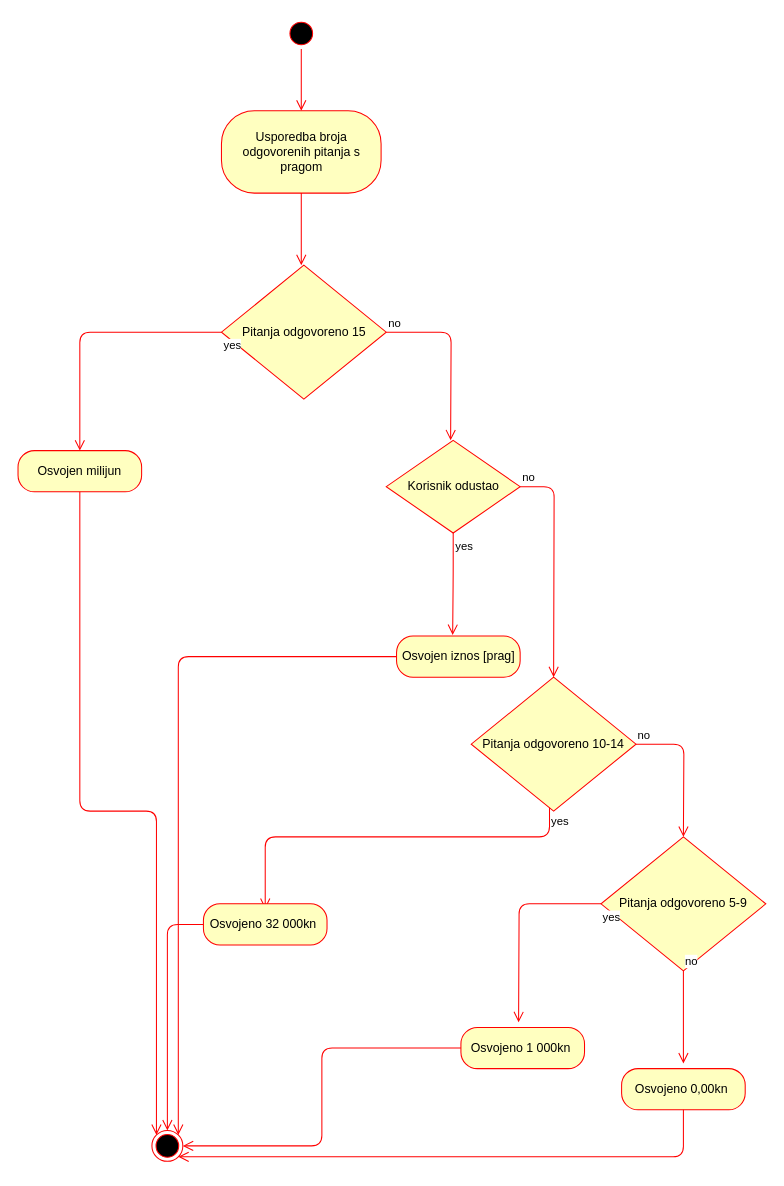
The draw.io diagram page "Activity: Izracun osvojenog iznosa" (7 of 8) of UML_Diagrami.drawio in Kristian383/upi-projekt, before the edit. Source tidied: cells renumbered, new cells numbered last; positions are measured from the earlier drawing's top-left corner, leaving out a move shared by most shapes. Both pictures are drawn from the tidied source at 103%, with x=0, y=0 at pixel (18, 18).
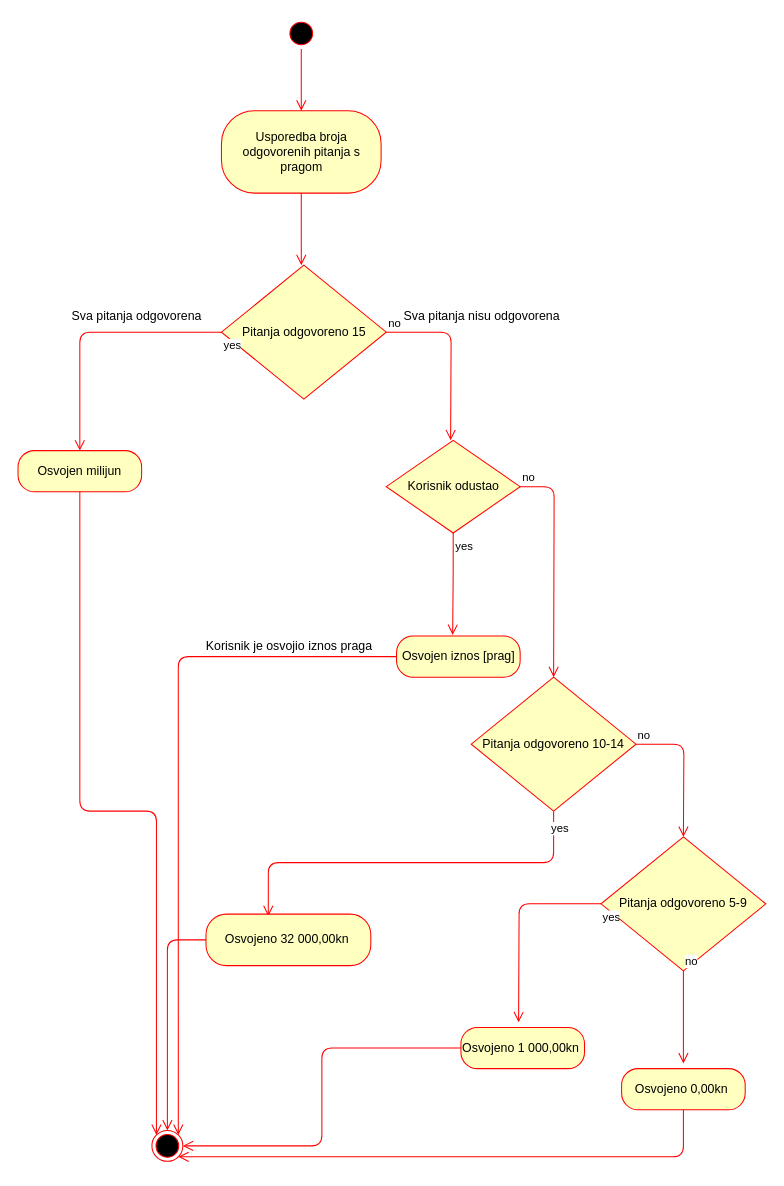
The same page after the edit.

Unchanged cells that the change refers to:
```xml
<mxCell id="15" value="Pitanja odgovoreno 10-14" style="rhombus;whiteSpace=wrap;html=1;fillColor=#ffffc0;strokeColor=#ff0000;" parent="1" vertex="1">
  <mxGeometry x="440" y="640" width="160" height="130" as="geometry" />
</mxCell>
```

Diff of the diagram source:
```diff
@@
-    <mxCell id="17" value="yes" style="edgeStyle=orthogonalEdgeStyle;html=1;align=left;verticalAlign=top;endArrow=open;endSize=8;strokeColor=#ff0000;" parent="1" edge="1" source="15">
-      <mxGeometry x="-1" relative="1" as="geometry">
-        <mxPoint x="240" y="865" as="targetPoint" />
+    <mxCell id="17" value="yes" style="edgeStyle=orthogonalEdgeStyle;html=1;align=left;verticalAlign=top;endArrow=open;endSize=8;strokeColor=#ff0000;entryX=0.378;entryY=0.04;entryDx=0;entryDy=0;entryPerimeter=0;exitX=0.5;exitY=1;exitDx=0;exitDy=0;" parent="1" edge="1" source="15" target="21">
+      <mxGeometry x="-1" y="-14" relative="1" as="geometry">
         <Array as="points">
-          <mxPoint x="516" y="795" />
-          <mxPoint x="240" y="795" />
+          <mxPoint x="520" y="820" />
+          <mxPoint x="243" y="820" />
         </Array>
+        <mxPoint x="10" y="4" as="offset" />
       </mxGeometry>
     </mxCell>
@@
-    <mxCell id="21" value="Osvojeno 32 000kn&amp;nbsp;" style="rounded=1;whiteSpace=wrap;html=1;arcSize=40;fontColor=#000000;fillColor=#ffffc0;strokeColor=#ff0000;" parent="1" vertex="1">
-      <mxGeometry x="180" y="860" width="120" height="40" as="geometry" />
+    <mxCell id="21" value="Osvojeno 32 000,00kn&amp;nbsp;" style="rounded=1;whiteSpace=wrap;html=1;arcSize=40;fontColor=#000000;fillColor=#ffffc0;strokeColor=#ff0000;" parent="1" vertex="1">
+      <mxGeometry x="182.5" y="870" width="160" height="50" as="geometry" />
     </mxCell>
@@
-    <mxCell id="23" value="Osvojeno 1 000kn&amp;nbsp;" style="rounded=1;whiteSpace=wrap;html=1;arcSize=40;fontColor=#000000;fillColor=#ffffc0;strokeColor=#ff0000;" parent="1" vertex="1">
+    <mxCell id="23" value="Osvojeno 1 000,00kn&amp;nbsp;" style="rounded=1;whiteSpace=wrap;html=1;arcSize=40;fontColor=#000000;fillColor=#ffffc0;strokeColor=#ff0000;" parent="1" vertex="1">
       <mxGeometry x="430" y="980" width="120" height="40" as="geometry" />
     </mxCell>
@@
+    <mxCell id="29" value="Sva pitanja nisu odgovorena" style="text;html=1;align=center;verticalAlign=middle;" parent="1" vertex="1">
+      <mxGeometry x="365" y="280" width="170" height="20" as="geometry" />
+    </mxCell>
+    <mxCell id="30" value="Sva pitanja odgovorena" style="text;html=1;align=center;verticalAlign=middle;" parent="1" vertex="1">
+      <mxGeometry x="45" y="280" width="140" height="20" as="geometry" />
+    </mxCell>
+    <mxCell id="31" value="Korisnik je osvojio iznos praga" style="text;html=1;align=center;verticalAlign=middle;" parent="1" vertex="1">
+      <mxGeometry x="172.5" y="600" width="180" height="20" as="geometry" />
+    </mxCell>
```
